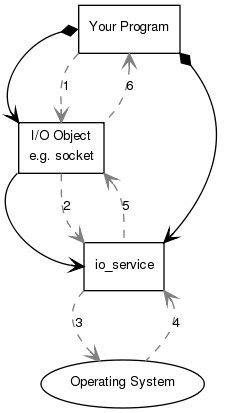
Above: doc/overview/sync_op.png in boostorg/asio (Graphviz), before the change. Its source is kept beside it as doc/overview/sync_op.dot.
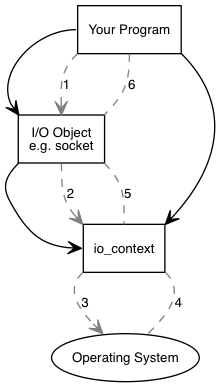
After the commit.

Commit message:
Update diagrams to use io_context rather than io_service.

What changed in the source:
```diff
@@ -27,7 +27,7 @@
 
   {
     operating_system [ label="Operating System", shape=ellipse ];
-    io_service [ label="io_service" ];
+    io_context [ label="io_context" ];
     io_object [ label="I/O Object\ne.g. socket" ];
     your_program [ label="Your Program" ];
   }
@@ -35,11 +35,11 @@
   {
     edge [ arrowtail="diamond" ];
     your_program:w -> io_object:nw;
-    your_program:se -> io_service:ne;
+    your_program:se -> io_context:ne;
   }
 
   {
-    io_object:sw -> io_service:w;
+    io_object:sw -> io_context:w;
   }
 
   {
@@ -47,14 +47,14 @@
 
     {
       your_program:sw -> io_object:n [ label="1" ];
-      io_object:s -> io_service:nw [ label="2" ];
-      io_service:sw -> operating_system:nw [ label="3" ];
+      io_object:s -> io_context:nw [ label="2" ];
+      io_context:sw -> operating_system:nw [ label="3" ];
     }
 
     {
       edge [ arrowhead="none", arrowtail="open" ];
-      io_service:se -> operating_system:ne [ label="4" ];
-      io_object:se -> io_service:n [ label="5" ];
+      io_context:se -> operating_system:ne [ label="4" ];
+      io_object:se -> io_context:n [ label="5" ];
       your_program:s -> io_object:ne [ label="6" ];
     }
   }
```
